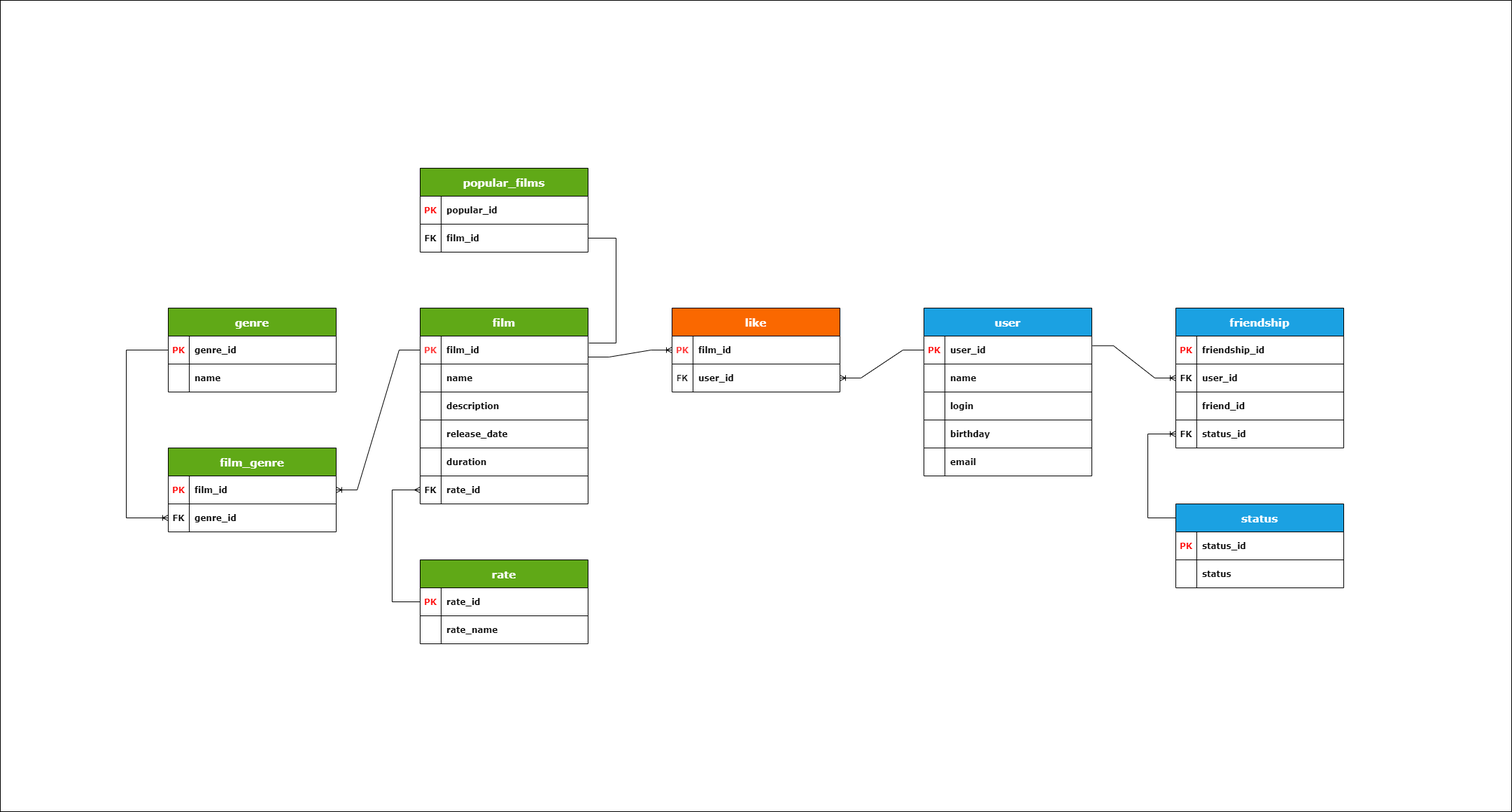
Earlier version of the draw.io export Diagram Filmorate.png (SergeiBrin/java-filmorate). Source tidied: cells renumbered, new cells last; positions are measured from the earlier drawing's top-left corner, leaving out a move shared by most shapes.
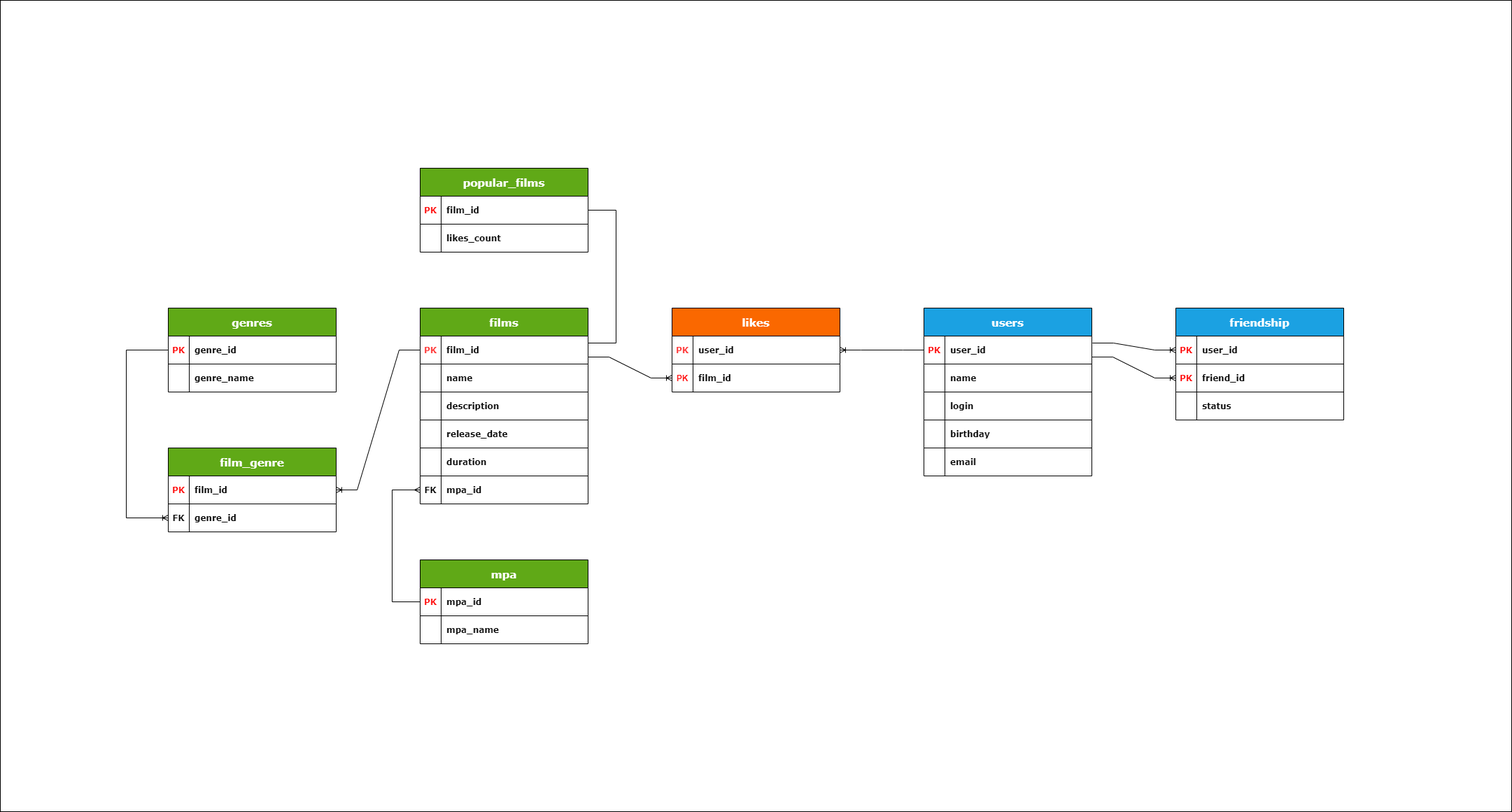
The same file after the commit.

Diff of the diagram source:
```diff
@@ -7,3 +7,3 @@
     </mxCell>
-    <mxCell id="3" value="user" style="shape=table;startSize=40;rowLines=1;fontStyle=1;align=center;resizeLastRow=1;fillColor=#1ba1e2;strokeColor=default;swimlaneLine=1;horizontal=1;swimlaneBody=1;swimlaneHead=1;overflow=visible;fixedWidth=0;perimeter=rectanglePerimeter;top=1;perimeterSpacing=0;rounded=0;labelBackgroundColor=none;labelBorderColor=none;fontFamily=Verdana;fontSize=15;fontColor=#ffffff;" parent="1" vertex="1">
+    <mxCell id="3" value="users" style="shape=table;startSize=40;rowLines=1;fontStyle=1;align=center;resizeLastRow=1;fillColor=#1ba1e2;strokeColor=default;swimlaneLine=1;horizontal=1;swimlaneBody=1;swimlaneHead=1;overflow=visible;fixedWidth=0;perimeter=rectanglePerimeter;top=1;perimeterSpacing=0;rounded=0;labelBackgroundColor=none;labelBorderColor=none;fontFamily=Verdana;fontSize=15;fontColor=#ffffff;" parent="1" vertex="1">
       <mxGeometry x="1320" y="440" width="240" height="240" as="geometry" />
@@ -55,3 +55,3 @@
     </mxCell>
-    <mxCell id="19" value="film" style="shape=table;startSize=40;rowLines=1;fontStyle=1;align=center;resizeLastRow=1;fillColor=#60a917;strokeColor=#000000;fontColor=#ffffff;perimeterSpacing=0;fontFamily=Verdana;fontSize=15;" parent="1" vertex="1">
+    <mxCell id="19" value="films" style="shape=table;startSize=40;rowLines=1;fontStyle=1;align=center;resizeLastRow=1;fillColor=#60a917;strokeColor=#000000;fontColor=#ffffff;perimeterSpacing=0;fontFamily=Verdana;fontSize=15;" parent="1" vertex="1">
       <mxGeometry x="600" y="440" width="240" height="280" as="geometry" />
@@ -109,6 +109,6 @@
     </mxCell>
-    <mxCell id="37" value="rate_id" style="shape=partialRectangle;overflow=hidden;fillColor=none;top=0;left=0;bottom=0;right=0;align=left;spacingLeft=6;fontStyle=1;fontFamily=Verdana;" parent="35" vertex="1">
+    <mxCell id="37" value="mpa_id" style="shape=partialRectangle;overflow=hidden;fillColor=none;top=0;left=0;bottom=0;right=0;align=left;spacingLeft=6;fontStyle=1;fontFamily=Verdana;" parent="35" vertex="1">
       <mxGeometry x="30" width="210" height="40" as="geometry" />
     </mxCell>
-    <mxCell id="38" value="genre" style="shape=table;startSize=40;rowLines=1;fontStyle=1;align=center;resizeLastRow=1;fillColor=#60a917;strokeColor=default;fontColor=#FFFFFF;swimlaneLine=1;horizontal=1;swimlaneBody=1;swimlaneHead=1;overflow=visible;fixedWidth=0;perimeter=rectanglePerimeter;top=1;perimeterSpacing=0;rounded=0;labelBackgroundColor=none;labelBorderColor=none;fontFamily=Verdana;fontSize=15;" parent="1" vertex="1">
+    <mxCell id="38" value="genres" style="shape=table;startSize=40;rowLines=1;fontStyle=1;align=center;resizeLastRow=1;fillColor=#60a917;strokeColor=default;fontColor=#FFFFFF;swimlaneLine=1;horizontal=1;swimlaneBody=1;swimlaneHead=1;overflow=visible;fixedWidth=0;perimeter=rectanglePerimeter;top=1;perimeterSpacing=0;rounded=0;labelBackgroundColor=none;labelBorderColor=none;fontFamily=Verdana;fontSize=15;" parent="1" vertex="1">
       <mxGeometry x="240" y="440" width="240" height="120" as="geometry" />
@@ -130,6 +130,6 @@
     </mxCell>
-    <mxCell id="44" value="name" style="shape=partialRectangle;overflow=hidden;fillColor=none;top=0;left=0;bottom=0;right=0;align=left;spacingLeft=6;fontFamily=Verdana;fontStyle=1;" parent="42" vertex="1">
+    <mxCell id="44" value="genre_name" style="shape=partialRectangle;overflow=hidden;fillColor=none;top=0;left=0;bottom=0;right=0;align=left;spacingLeft=6;fontFamily=Verdana;fontStyle=1;" parent="42" vertex="1">
       <mxGeometry x="30" width="210" height="40" as="geometry" />
     </mxCell>
-    <mxCell id="45" value="rate" style="shape=table;startSize=40;rowLines=1;fontStyle=1;align=center;resizeLastRow=1;fillColor=#60a917;strokeColor=default;fontColor=#FFFFFF;swimlaneLine=1;horizontal=1;swimlaneBody=1;swimlaneHead=1;overflow=visible;fixedWidth=0;perimeter=rectanglePerimeter;top=1;perimeterSpacing=0;rounded=0;labelBackgroundColor=none;labelBorderColor=none;fontFamily=Verdana;fontSize=15;" parent="1" vertex="1">
+    <mxCell id="45" value="mpa" style="shape=table;startSize=40;rowLines=1;fontStyle=1;align=center;resizeLastRow=1;fillColor=#60a917;strokeColor=default;fontColor=#FFFFFF;swimlaneLine=1;horizontal=1;swimlaneBody=1;swimlaneHead=1;overflow=visible;fixedWidth=0;perimeter=rectanglePerimeter;top=1;perimeterSpacing=0;rounded=0;labelBackgroundColor=none;labelBorderColor=none;fontFamily=Verdana;fontSize=15;" parent="1" vertex="1">
       <mxGeometry x="600" y="800" width="240" height="120" as="geometry" />
@@ -142,3 +142,3 @@
     </mxCell>
-    <mxCell id="48" value="rate_id" style="shape=partialRectangle;overflow=hidden;fillColor=none;top=0;left=0;bottom=0;right=0;align=left;spacingLeft=6;fontStyle=1;fontSize=12;fontFamily=Verdana;" parent="46" vertex="1">
+    <mxCell id="48" value="mpa_id" style="shape=partialRectangle;overflow=hidden;fillColor=none;top=0;left=0;bottom=0;right=0;align=left;spacingLeft=6;fontStyle=1;fontSize=12;fontFamily=Verdana;" parent="46" vertex="1">
       <mxGeometry x="30" width="210" height="40" as="geometry" />
@@ -151,3 +151,3 @@
     </mxCell>
-    <mxCell id="51" value="rate_name" style="shape=partialRectangle;overflow=hidden;fillColor=none;top=0;left=0;bottom=0;right=0;align=left;spacingLeft=6;fontFamily=Verdana;fontStyle=1;" parent="49" vertex="1">
+    <mxCell id="51" value="mpa_name" style="shape=partialRectangle;overflow=hidden;fillColor=none;top=0;left=0;bottom=0;right=0;align=left;spacingLeft=6;fontFamily=Verdana;fontStyle=1;" parent="49" vertex="1">
       <mxGeometry x="30" width="210" height="40" as="geometry" />
@@ -163,17 +163,8 @@
     <mxCell id="53" value="friendship" style="shape=table;startSize=40;rowLines=1;fontStyle=1;align=center;resizeLastRow=1;fillColor=#1ba1e2;strokeColor=default;fontColor=#ffffff;swimlaneLine=1;horizontal=1;swimlaneBody=1;swimlaneHead=1;overflow=visible;fixedWidth=0;perimeter=rectanglePerimeter;top=1;perimeterSpacing=0;rounded=0;labelBackgroundColor=none;labelBorderColor=none;fontFamily=Verdana;fontSize=15;" parent="1" vertex="1">
-      <mxGeometry x="1680" y="440" width="240" height="200" as="geometry" />
+      <mxGeometry x="1680" y="440" width="240" height="160" as="geometry" />
     </mxCell>
-    <mxCell id="54" style="shape=partialRectangle;fillColor=none;top=0;left=0;right=0;bottom=1;" parent="53" vertex="1">
-      <mxGeometry y="40" width="240" height="40" as="geometry" />
-    </mxCell>
-    <mxCell id="55" value="PK" style="shape=partialRectangle;overflow=hidden;fillColor=none;top=0;left=0;bottom=0;right=0;fontStyle=1;fontFamily=Verdana;fontColor=#FF0000;" parent="54" vertex="1">
-      <mxGeometry width="30" height="40" as="geometry" />
-    </mxCell>
-    <mxCell id="56" value="friendship_id" style="shape=partialRectangle;overflow=hidden;fillColor=none;top=0;left=0;bottom=0;right=0;align=left;spacingLeft=6;fontStyle=1;fontSize=12;fontFamily=Verdana;" parent="54" vertex="1">
-      <mxGeometry x="30" width="210" height="40" as="geometry" />
-    </mxCell>
     <mxCell id="57" style="shape=partialRectangle;fillColor=none;points=[[0,0.5],[1,0.5]];portConstraint=eastwest;top=0;left=0;right=0;bottom=0;" parent="53" vertex="1">
-      <mxGeometry y="80" width="240" height="40" as="geometry" />
+      <mxGeometry y="40" width="240" height="40" as="geometry" />
     </mxCell>
-    <mxCell id="58" value="FK" style="shape=partialRectangle;overflow=hidden;fillColor=none;top=0;left=0;bottom=0;right=0;fontFamily=Verdana;fontStyle=1;" parent="57" vertex="1">
+    <mxCell id="58" value="PK" style="shape=partialRectangle;overflow=hidden;fillColor=none;top=0;left=0;bottom=0;right=0;fontFamily=Verdana;fontStyle=1;fontColor=#FF0000;" parent="57" vertex="1">
       <mxGeometry width="30" height="40" as="geometry" />
@@ -184,5 +175,5 @@
     <mxCell id="60" style="shape=partialRectangle;fillColor=none;points=[[0,0.5],[1,0.5]];portConstraint=eastwest;top=0;left=0;right=0;bottom=0;" parent="53" vertex="1">
-      <mxGeometry y="120" width="240" height="40" as="geometry" />
+      <mxGeometry y="80" width="240" height="40" as="geometry" />
     </mxCell>
-    <mxCell id="61" style="shape=partialRectangle;overflow=hidden;fillColor=none;top=0;left=0;bottom=0;right=0;fontFamily=Verdana;fontStyle=1;" parent="60" vertex="1">
+    <mxCell id="61" value="PK" style="shape=partialRectangle;overflow=hidden;fillColor=none;top=0;left=0;bottom=0;right=0;fontFamily=Verdana;fontStyle=1;fontColor=#FF0000;" parent="60" vertex="1">
       <mxGeometry width="30" height="40" as="geometry" />
@@ -193,8 +184,8 @@
     <mxCell id="63" style="shape=partialRectangle;fillColor=none;points=[[0,0.5],[1,0.5]];portConstraint=eastwest;top=0;left=0;right=0;bottom=0;" parent="53" vertex="1">
-      <mxGeometry y="160" width="240" height="40" as="geometry" />
+      <mxGeometry y="120" width="240" height="40" as="geometry" />
     </mxCell>
-    <mxCell id="64" value="FK" style="shape=partialRectangle;overflow=hidden;fillColor=none;top=0;left=0;bottom=0;right=0;fontStyle=1;fontFamily=Verdana;" parent="63" vertex="1">
+    <mxCell id="64" style="shape=partialRectangle;overflow=hidden;fillColor=none;top=0;left=0;bottom=0;right=0;fontStyle=1;fontFamily=Verdana;" parent="63" vertex="1">
       <mxGeometry width="30" height="40" as="geometry" />
     </mxCell>
-    <mxCell id="65" value="status_id" style="shape=partialRectangle;overflow=hidden;fillColor=none;top=0;left=0;bottom=0;right=0;align=left;spacingLeft=6;fontFamily=Verdana;fontStyle=1;" parent="63" vertex="1">
+    <mxCell id="65" value="status" style="shape=partialRectangle;overflow=hidden;fillColor=none;top=0;left=0;bottom=0;right=0;align=left;spacingLeft=6;fontFamily=Verdana;fontStyle=1;" parent="63" vertex="1">
       <mxGeometry x="30" width="210" height="40" as="geometry" />
@@ -210,3 +201,3 @@
     </mxCell>
-    <mxCell id="69" value="popular_id" style="shape=partialRectangle;overflow=hidden;fillColor=none;top=0;left=0;bottom=0;right=0;align=left;spacingLeft=6;fontStyle=1;fontSize=12;fontFamily=Verdana;" parent="67" vertex="1">
+    <mxCell id="69" value="film_id" style="shape=partialRectangle;overflow=hidden;fillColor=none;top=0;left=0;bottom=0;right=0;align=left;spacingLeft=6;fontStyle=1;fontSize=12;fontFamily=Verdana;" parent="67" vertex="1">
       <mxGeometry x="30" width="210" height="40" as="geometry" />
@@ -216,6 +207,6 @@
     </mxCell>
-    <mxCell id="71" value="FK" style="shape=partialRectangle;overflow=hidden;fillColor=none;top=0;left=0;bottom=0;right=0;fontStyle=1;fontFamily=Verdana;" parent="70" vertex="1">
+    <mxCell id="71" style="shape=partialRectangle;overflow=hidden;fillColor=none;top=0;left=0;bottom=0;right=0;fontStyle=1;fontFamily=Verdana;" parent="70" vertex="1">
       <mxGeometry width="30" height="40" as="geometry" />
     </mxCell>
-    <mxCell id="72" value="film_id" style="shape=partialRectangle;overflow=hidden;fillColor=none;top=0;left=0;bottom=0;right=0;align=left;spacingLeft=6;fontFamily=Verdana;fontStyle=1;" parent="70" vertex="1">
+    <mxCell id="72" value="likes_count" style="shape=partialRectangle;overflow=hidden;fillColor=none;top=0;left=0;bottom=0;right=0;align=left;spacingLeft=6;fontFamily=Verdana;fontStyle=1;" parent="70" vertex="1">
       <mxGeometry x="30" width="210" height="40" as="geometry" />
@@ -254,8 +245,8 @@
     </mxCell>
-    <mxCell id="82" style="endArrow=none;html=1;rounded=0;fontFamily=Verdana;fontSize=15;fontColor=default;startSize=30;elbow=vertical;edgeStyle=orthogonalEdgeStyle;entryX=1.005;entryY=0.216;entryDx=0;entryDy=0;entryPerimeter=0;exitX=1;exitY=0.5;exitDx=0;exitDy=0;" parent="1" edge="1" source="70" target="20">
+    <mxCell id="82" style="endArrow=none;html=1;rounded=0;fontFamily=Verdana;fontSize=15;fontColor=default;startSize=30;elbow=vertical;edgeStyle=orthogonalEdgeStyle;exitX=1;exitY=0.5;exitDx=0;exitDy=0;" parent="1" edge="1" source="67">
       <mxGeometry relative="1" as="geometry">
+        <mxPoint x="840" y="490" as="targetPoint" />
         <Array as="points">
-          <mxPoint x="880" y="340" />
+          <mxPoint x="880" y="300" />
           <mxPoint x="880" y="490" />
-          <mxPoint x="841" y="490" />
         </Array>
@@ -263,3 +254,3 @@
     </mxCell>
-    <mxCell id="83" value="like" style="shape=table;startSize=40;rowLines=1;fontStyle=1;align=center;resizeLastRow=1;swimlaneLine=1;horizontal=1;swimlaneBody=1;swimlaneHead=1;overflow=visible;fixedWidth=0;perimeter=rectanglePerimeter;top=1;perimeterSpacing=0;rounded=0;labelBackgroundColor=none;labelBorderColor=none;fontFamily=Verdana;fontSize=15;fillColor=#fa6800;fontColor=#FFFFFF;strokeColor=default;" parent="1" vertex="1">
+    <mxCell id="83" value="likes" style="shape=table;startSize=40;rowLines=1;fontStyle=1;align=center;resizeLastRow=1;swimlaneLine=1;horizontal=1;swimlaneBody=1;swimlaneHead=1;overflow=visible;fixedWidth=0;perimeter=rectanglePerimeter;top=1;perimeterSpacing=0;rounded=0;labelBackgroundColor=none;labelBorderColor=none;fontFamily=Verdana;fontSize=15;fillColor=#fa6800;fontColor=#FFFFFF;strokeColor=default;" parent="1" vertex="1">
       <mxGeometry x="960" y="440" width="240" height="120" as="geometry" />
@@ -272,3 +263,3 @@
     </mxCell>
-    <mxCell id="86" value="film_id" style="shape=partialRectangle;overflow=hidden;fillColor=none;top=0;left=0;bottom=0;right=0;align=left;spacingLeft=6;fontStyle=1;fontSize=12;fontFamily=Verdana;" parent="84" vertex="1">
+    <mxCell id="86" value="user_id" style="shape=partialRectangle;overflow=hidden;fillColor=none;top=0;left=0;bottom=0;right=0;align=left;spacingLeft=6;fontStyle=1;fontSize=12;fontFamily=Verdana;" parent="84" vertex="1">
       <mxGeometry x="30" width="210" height="40" as="geometry" />
@@ -278,9 +269,9 @@
     </mxCell>
-    <mxCell id="88" value="FK" style="shape=partialRectangle;overflow=hidden;fillColor=none;top=0;left=0;bottom=0;right=0;fontStyle=1;" parent="87" vertex="1">
+    <mxCell id="88" value="PK" style="shape=partialRectangle;overflow=hidden;fillColor=none;top=0;left=0;bottom=0;right=0;fontStyle=1;fontColor=#FF0000;" parent="87" vertex="1">
       <mxGeometry width="30" height="40" as="geometry" />
     </mxCell>
-    <mxCell id="89" value="user_id" style="shape=partialRectangle;overflow=hidden;fillColor=none;top=0;left=0;bottom=0;right=0;align=left;spacingLeft=6;fontFamily=Verdana;fontStyle=1;" parent="87" vertex="1">
+    <mxCell id="89" value="film_id" style="shape=partialRectangle;overflow=hidden;fillColor=none;top=0;left=0;bottom=0;right=0;align=left;spacingLeft=6;fontFamily=Verdana;fontStyle=1;" parent="87" vertex="1">
       <mxGeometry x="30" width="210" height="40" as="geometry" />
     </mxCell>
-    <mxCell id="90" style="edgeStyle=entityRelationEdgeStyle;fontSize=12;html=1;endArrow=ERoneToMany;rounded=0;fontFamily=Verdana;fontColor=default;startSize=30;elbow=vertical;" parent="1" edge="1" target="84">
+    <mxCell id="90" style="edgeStyle=entityRelationEdgeStyle;fontSize=12;html=1;endArrow=ERoneToMany;rounded=0;fontFamily=Verdana;fontColor=default;startSize=30;elbow=vertical;entryX=0;entryY=0.5;entryDx=0;entryDy=0;" parent="1" edge="1" target="87">
       <mxGeometry relative="1" as="geometry">
@@ -289,3 +280,3 @@
     </mxCell>
-    <mxCell id="91" style="edgeStyle=entityRelationEdgeStyle;fontSize=12;html=1;endArrow=ERoneToMany;rounded=0;fontFamily=Verdana;fontColor=default;startSize=30;elbow=vertical;exitX=0;exitY=0.5;exitDx=0;exitDy=0;" parent="1" edge="1" source="4" target="87">
+    <mxCell id="91" style="edgeStyle=entityRelationEdgeStyle;fontSize=12;html=1;endArrow=ERoneToMany;rounded=0;fontFamily=Verdana;fontColor=default;startSize=30;elbow=vertical;exitX=0;exitY=0.5;exitDx=0;exitDy=0;entryX=1;entryY=0.5;entryDx=0;entryDy=0;" parent="1" edge="1" source="4" target="84">
       <mxGeometry relative="1" as="geometry" />
@@ -295,34 +286,8 @@
     </mxCell>
-    <mxCell id="93" style="edgeStyle=entityRelationEdgeStyle;fontSize=12;html=1;endArrow=ERoneToMany;rounded=0;fontFamily=Verdana;fontColor=default;startSize=30;elbow=vertical;entryX=0;entryY=0.5;entryDx=0;entryDy=0;exitX=1.004;exitY=0.346;exitDx=0;exitDy=0;exitPerimeter=0;" parent="1" edge="1" source="4" target="57">
+    <mxCell id="93" style="edgeStyle=entityRelationEdgeStyle;fontSize=12;html=1;endArrow=ERoneToMany;rounded=0;fontFamily=Verdana;fontColor=default;startSize=30;elbow=vertical;entryX=0;entryY=0.5;entryDx=0;entryDy=0;exitX=1.004;exitY=0.25;exitDx=0;exitDy=0;exitPerimeter=0;" parent="1" edge="1" source="4" target="57">
       <mxGeometry relative="1" as="geometry" />
     </mxCell>
-    <mxCell id="94" value="status" style="shape=table;startSize=40;rowLines=1;fontStyle=1;align=center;resizeLastRow=1;fillColor=#1ba1e2;strokeColor=default;fontColor=#ffffff;swimlaneLine=1;horizontal=1;swimlaneBody=1;swimlaneHead=1;overflow=visible;fixedWidth=0;perimeter=rectanglePerimeter;top=1;perimeterSpacing=0;rounded=0;labelBackgroundColor=none;labelBorderColor=none;fontFamily=Verdana;fontSize=15;" parent="1" vertex="1">
-      <mxGeometry x="1680" y="720" width="240" height="120" as="geometry" />
-    </mxCell>
-    <mxCell id="95" style="shape=partialRectangle;fillColor=none;points=[[0,0.5],[1,0.5]];portConstraint=eastwest;top=0;left=0;right=0;bottom=1;" parent="94" vertex="1">
-      <mxGeometry y="40" width="240" height="40" as="geometry" />
-    </mxCell>
-    <mxCell id="96" value="PK" style="shape=partialRectangle;overflow=hidden;fillColor=none;top=0;left=0;bottom=0;right=0;fontStyle=1;fontFamily=Verdana;fontColor=#FF0000;" parent="95" vertex="1">
-      <mxGeometry width="30" height="40" as="geometry" />
-    </mxCell>
-    <mxCell id="97" value="status_id" style="shape=partialRectangle;overflow=hidden;fillColor=none;top=0;left=0;bottom=0;right=0;align=left;spacingLeft=6;fontStyle=1;fontSize=12;fontFamily=Verdana;" parent="95" vertex="1">
-      <mxGeometry x="30" width="210" height="40" as="geometry" />
-    </mxCell>
-    <mxCell id="98" style="shape=partialRectangle;fillColor=none;top=0;left=0;right=0;bottom=0;" parent="94" vertex="1">
-      <mxGeometry y="80" width="240" height="40" as="geometry" />
-    </mxCell>
-    <mxCell id="99" style="shape=partialRectangle;overflow=hidden;fillColor=none;top=0;left=0;bottom=0;right=0;fontFamily=Verdana;fontStyle=1;" parent="98" vertex="1">
-      <mxGeometry width="30" height="40" as="geometry" />
-    </mxCell>
-    <mxCell id="100" value="status" style="shape=partialRectangle;overflow=hidden;fillColor=none;top=0;left=0;bottom=0;right=0;align=left;spacingLeft=6;fontFamily=Verdana;fontStyle=1;" parent="98" vertex="1">
-      <mxGeometry x="30" width="210" height="40" as="geometry" />
-    </mxCell>
-    <mxCell id="101" style="edgeStyle=orthogonalEdgeStyle;fontSize=12;html=1;endArrow=ERoneToMany;rounded=0;fontFamily=Verdana;fontColor=default;startSize=30;elbow=vertical;entryX=0;entryY=0.5;entryDx=0;entryDy=0;exitX=0;exitY=0.5;exitDx=0;exitDy=0;" parent="1" edge="1" source="95" target="63">
-      <mxGeometry relative="1" as="geometry">
-        <Array as="points">
-          <mxPoint x="1640" y="740" />
-          <mxPoint x="1640" y="620" />
-        </Array>
-      </mxGeometry>
-    </mxCell>
+    <mxCell id="102" style="edgeStyle=entityRelationEdgeStyle;fontSize=12;html=1;endArrow=ERoneToMany;rounded=0;fontFamily=Verdana;fontColor=default;startSize=30;elbow=vertical;entryX=0;entryY=0.5;entryDx=0;entryDy=0;exitX=1;exitY=0.749;exitDx=0;exitDy=0;exitPerimeter=0;" parent="1" edge="1" source="4" target="60">
+      <mxGeometry relative="1" as="geometry" />
+    </mxCell>
   </root>
```
